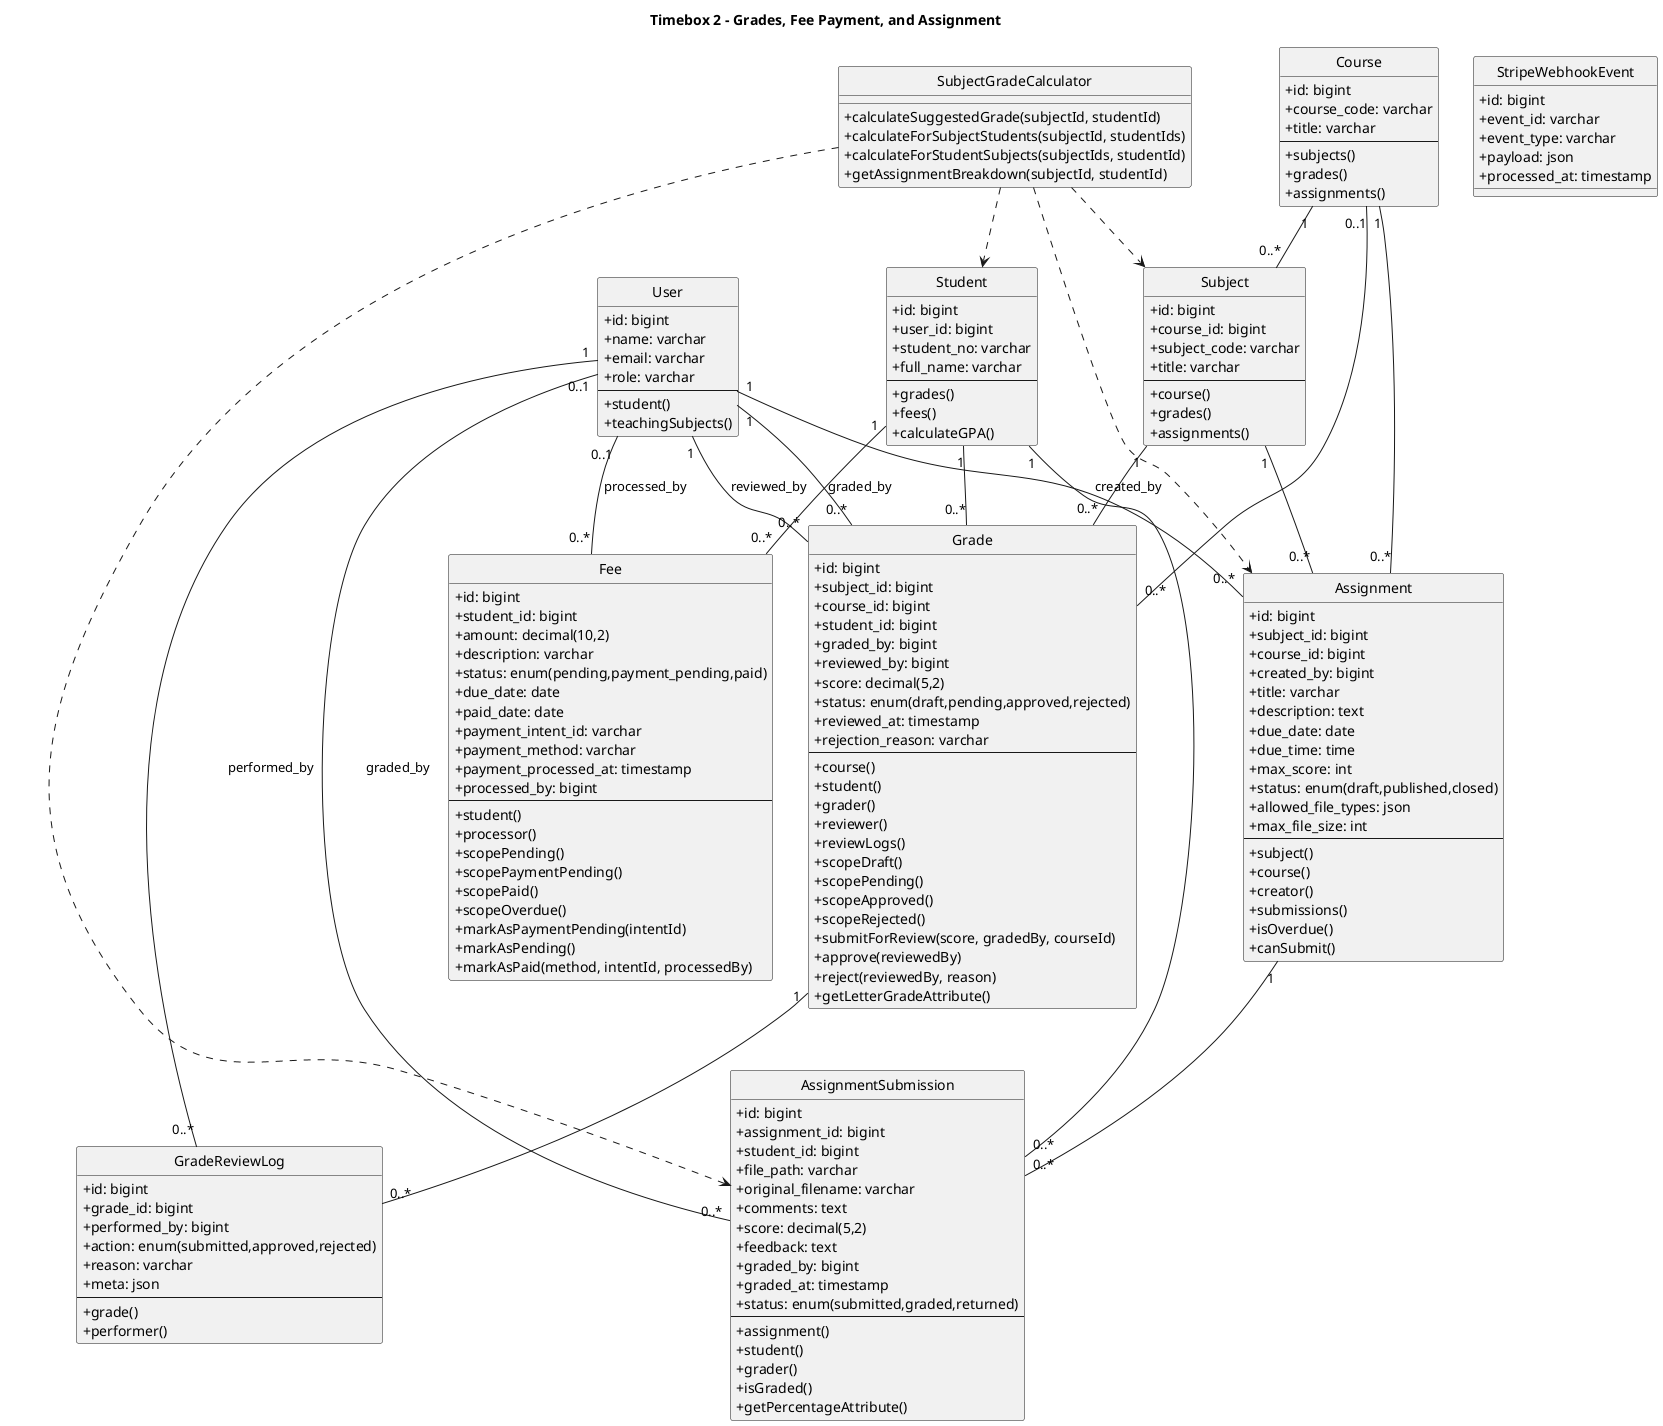
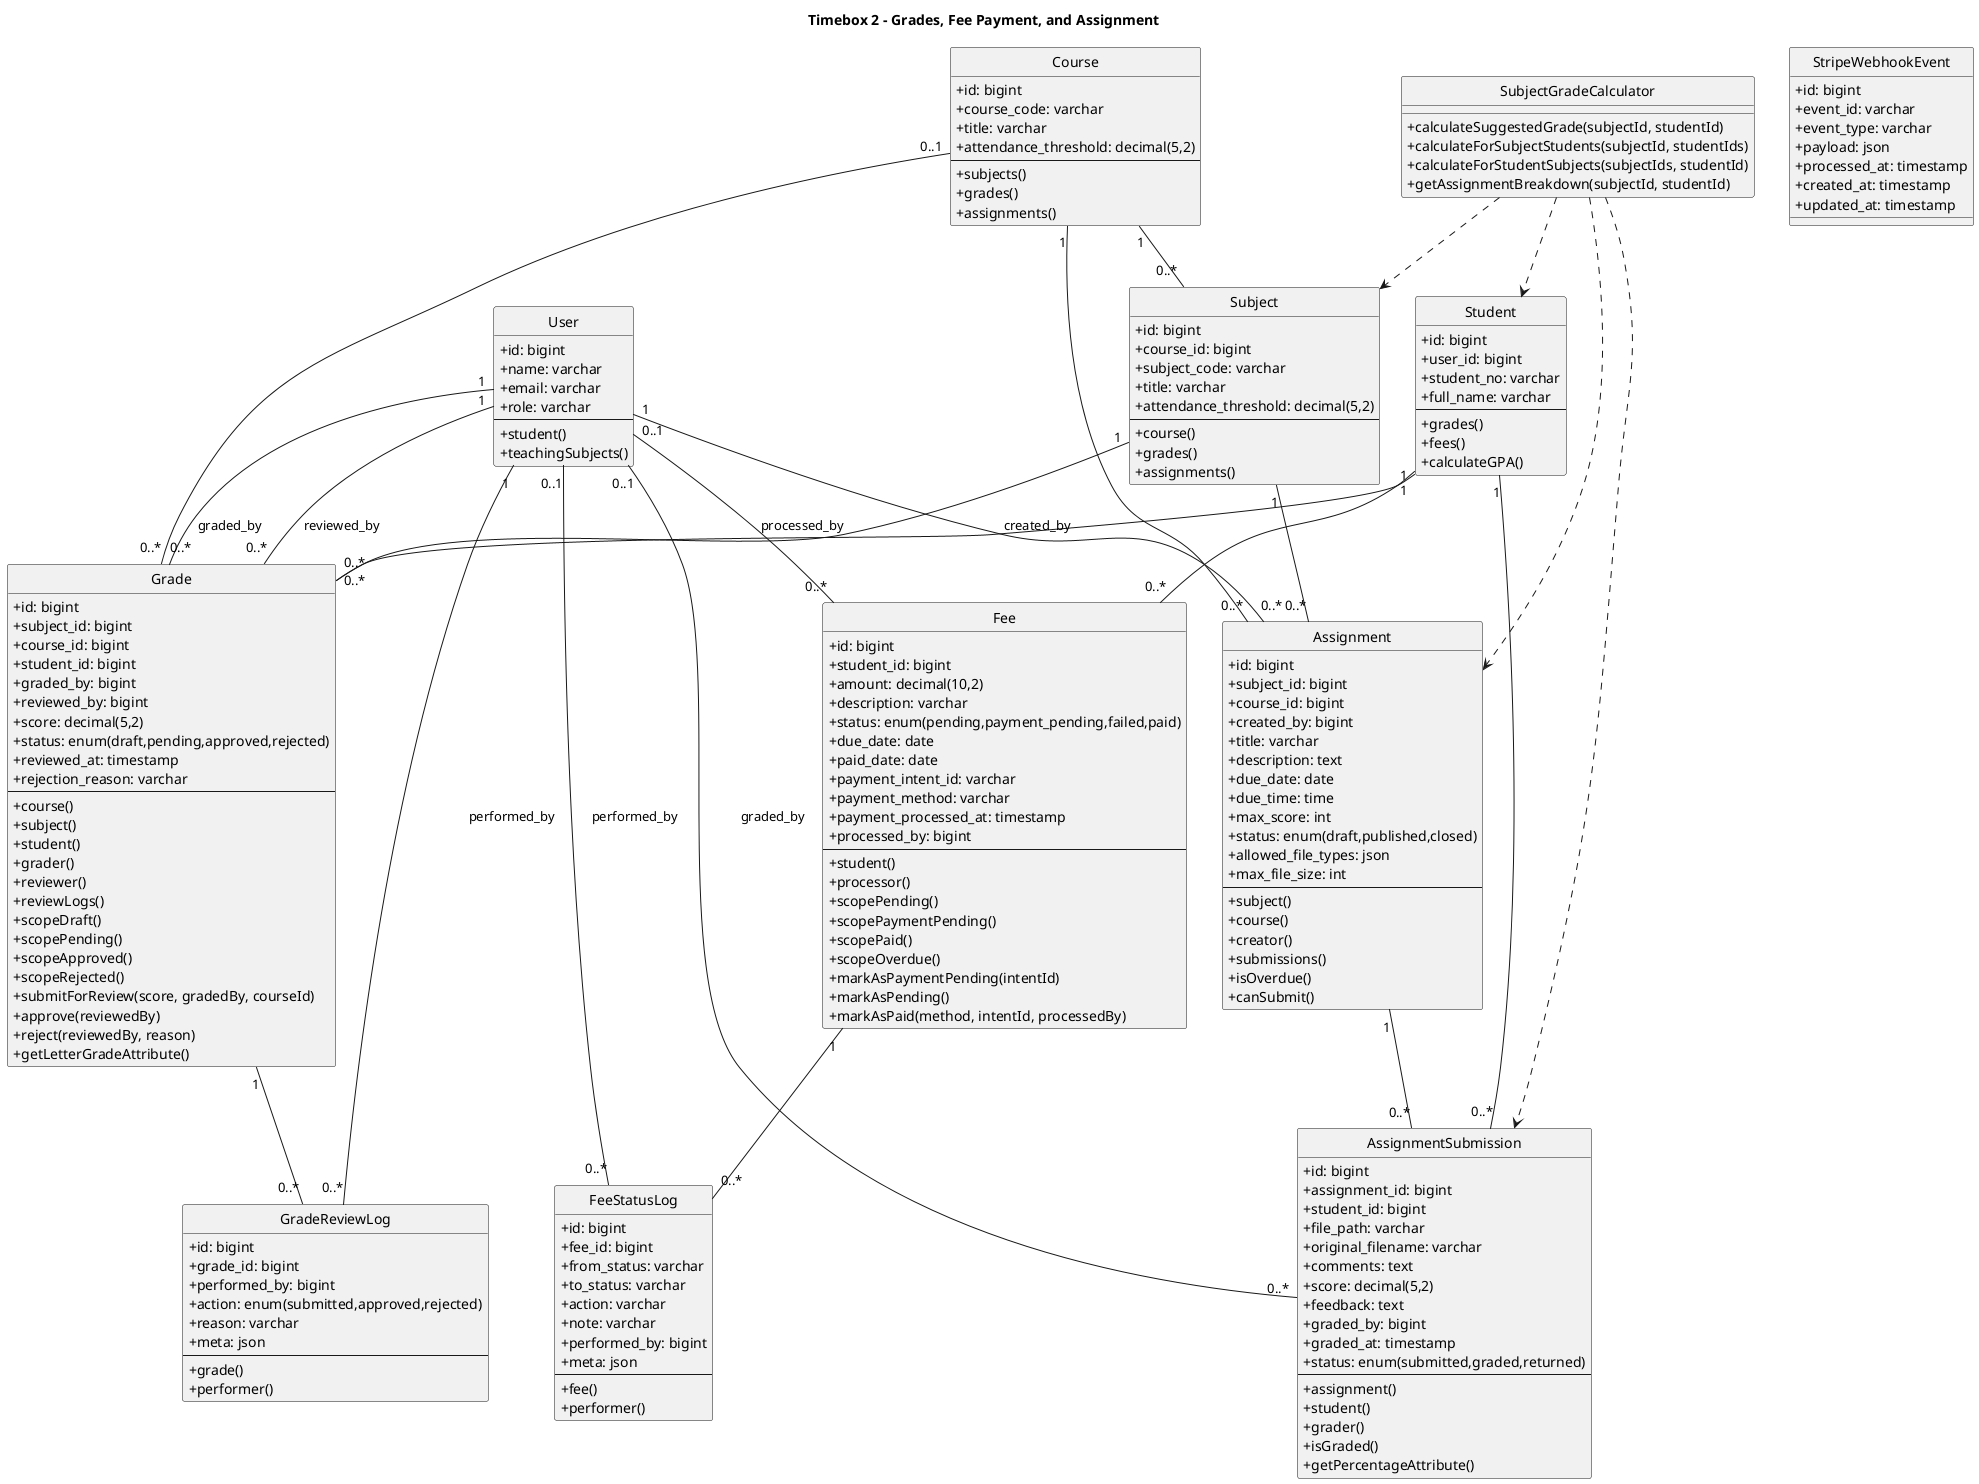
@startuml Timebox2_Class
hide circle
skinparam classAttributeIconSize 0
title Timebox 2 - Grades, Fee Payment, and Assignment

class User {
  +id: bigint
  +name: varchar
  +email: varchar
  +role: varchar
  --
  +student()
  +teachingSubjects()
}

class Student {
  +id: bigint
  +user_id: bigint
  +student_no: varchar
  +full_name: varchar
  --
  +grades()
  +fees()
  +calculateGPA()
}

class Course {
  +id: bigint
  +course_code: varchar
  +title: varchar
+   +attendance_threshold: decimal(5,2)
  --
  +subjects()
  +grades()
  +assignments()
}

class Subject {
  +id: bigint
  +course_id: bigint
  +subject_code: varchar
  +title: varchar
+   +attendance_threshold: decimal(5,2)
  --
  +course()
  +grades()
  +assignments()
}

class Grade {
  +id: bigint
  +subject_id: bigint
  +course_id: bigint
  +student_id: bigint
  +graded_by: bigint
  +reviewed_by: bigint
  +score: decimal(5,2)
  +status: enum(draft,pending,approved,rejected)
  +reviewed_at: timestamp
  +rejection_reason: varchar
  --
  +course()
+   +subject()
  +student()
  +grader()
  +reviewer()
  +reviewLogs()
  +scopeDraft()
  +scopePending()
  +scopeApproved()
  +scopeRejected()
  +submitForReview(score, gradedBy, courseId)
  +approve(reviewedBy)
  +reject(reviewedBy, reason)
  +getLetterGradeAttribute()
}

class GradeReviewLog {
  +id: bigint
  +grade_id: bigint
  +performed_by: bigint
  +action: enum(submitted,approved,rejected)
  +reason: varchar
  +meta: json
  --
  +grade()
  +performer()
}

class Fee {
  +id: bigint
  +student_id: bigint
  +amount: decimal(10,2)
  +description: varchar
-   +status: enum(pending,payment_pending,paid)
+   +status: enum(pending,payment_pending,failed,paid)
  +due_date: date
  +paid_date: date
  +payment_intent_id: varchar
  +payment_method: varchar
  +payment_processed_at: timestamp
  +processed_by: bigint
  --
  +student()
  +processor()
  +scopePending()
  +scopePaymentPending()
  +scopePaid()
  +scopeOverdue()
  +markAsPaymentPending(intentId)
  +markAsPending()
  +markAsPaid(method, intentId, processedBy)
}

class Assignment {
  +id: bigint
  +subject_id: bigint
  +course_id: bigint
  +created_by: bigint
  +title: varchar
  +description: text
  +due_date: date
  +due_time: time
  +max_score: int
  +status: enum(draft,published,closed)
  +allowed_file_types: json
  +max_file_size: int
  --
  +subject()
  +course()
  +creator()
  +submissions()
  +isOverdue()
  +canSubmit()
}

class AssignmentSubmission {
  +id: bigint
  +assignment_id: bigint
  +student_id: bigint
  +file_path: varchar
  +original_filename: varchar
  +comments: text
  +score: decimal(5,2)
  +feedback: text
  +graded_by: bigint
  +graded_at: timestamp
  +status: enum(submitted,graded,returned)
  --
  +assignment()
  +student()
  +grader()
  +isGraded()
  +getPercentageAttribute()
}

class SubjectGradeCalculator {
  +calculateSuggestedGrade(subjectId, studentId)
  +calculateForSubjectStudents(subjectId, studentIds)
  +calculateForStudentSubjects(subjectIds, studentId)
  +getAssignmentBreakdown(subjectId, studentId)
}

class StripeWebhookEvent {
  +id: bigint
  +event_id: varchar
  +event_type: varchar
  +payload: json
  +processed_at: timestamp
+   +created_at: timestamp
+   +updated_at: timestamp
+ }
+ 
+ class FeeStatusLog {
+   +id: bigint
+   +fee_id: bigint
+   +from_status: varchar
+   +to_status: varchar
+   +action: varchar
+   +note: varchar
+   +performed_by: bigint
+   +meta: json
+   --
+   +fee()
+   +performer()
}

Course  "1" -- "0..*" Subject
Subject "1" -- "0..*" Grade
Course  "0..1" -- "0..*" Grade
Student "1" -- "0..*" Grade
User    "1" -- "0..*" Grade : graded_by
User    "1" -- "0..*" Grade : reviewed_by
Grade   "1" -- "0..*" GradeReviewLog
User    "1" -- "0..*" GradeReviewLog : performed_by

Student "1" -- "0..*" Fee
User    "0..1" -- "0..*" Fee : processed_by
+ Fee     "1" -- "0..*" FeeStatusLog
+ User    "0..1" -- "0..*" FeeStatusLog : performed_by

Subject "1" -- "0..*" Assignment
Course  "1" -- "0..*" Assignment
User    "1" -- "0..*" Assignment : created_by
Assignment "1" -- "0..*" AssignmentSubmission
Student    "1" -- "0..*" AssignmentSubmission
User       "0..1" -- "0..*" AssignmentSubmission : graded_by

SubjectGradeCalculator ..> Assignment
SubjectGradeCalculator ..> AssignmentSubmission
SubjectGradeCalculator ..> Subject
SubjectGradeCalculator ..> Student

@enduml
